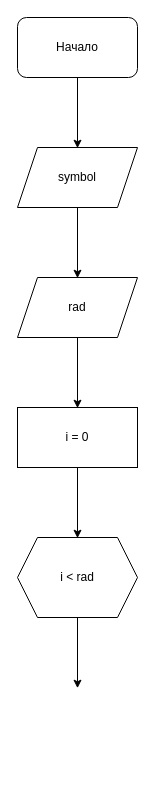
The draw.io diagram lab9.drawio in 1kxri/dz, before the edit. Source tidied: cells renumbered, new cells numbered last; positions are measured from the earlier drawing's top-left corner, leaving out a move shared by most shapes. Both pictures are drawn from the tidied source at 100%, with x=0, y=0 at pixel (17, 17).
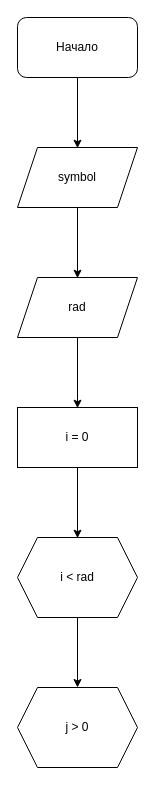
The same diagram, later.

The change refers to these unchanged cells:
```xml
<mxCell id="14" style="shape=hexagon;perimeter=hexagonPerimeter2;whiteSpace=wrap;html=1;fixedSize=1;" parent="1" vertex="1">
  <mxGeometry y="520" width="120" height="80" as="geometry" />
</mxCell>
```

Diff of the diagram source:
```diff
@@
-    <mxCell id="16" style="endArrow=classic;html=1;rounded=0;" parent="1" edge="1" source="14">
-      <mxGeometry relative="1" as="geometry">
-        <mxPoint x="60" y="670.7" as="targetPoint" />
-      </mxGeometry>
+    <mxCell id="16" style="endArrow=classic;html=1;rounded=0;" parent="1" edge="1" source="14" target="17">
+      <mxGeometry relative="1" as="geometry" />
     </mxCell>
+    <mxCell id="17" style="shape=hexagon;perimeter=hexagonPerimeter2;whiteSpace=wrap;html=1;fixedSize=1;" parent="1" vertex="1">
+      <mxGeometry y="670" width="120" height="80" as="geometry" />
+    </mxCell>
+    <mxCell id="18" value="j &gt; 0" style="text;html=1;align=center;verticalAlign=middle;whiteSpace=wrap;rounded=0;" parent="1" vertex="1">
+      <mxGeometry x="30" y="695" width="60" height="30" as="geometry" />
+    </mxCell>
```
